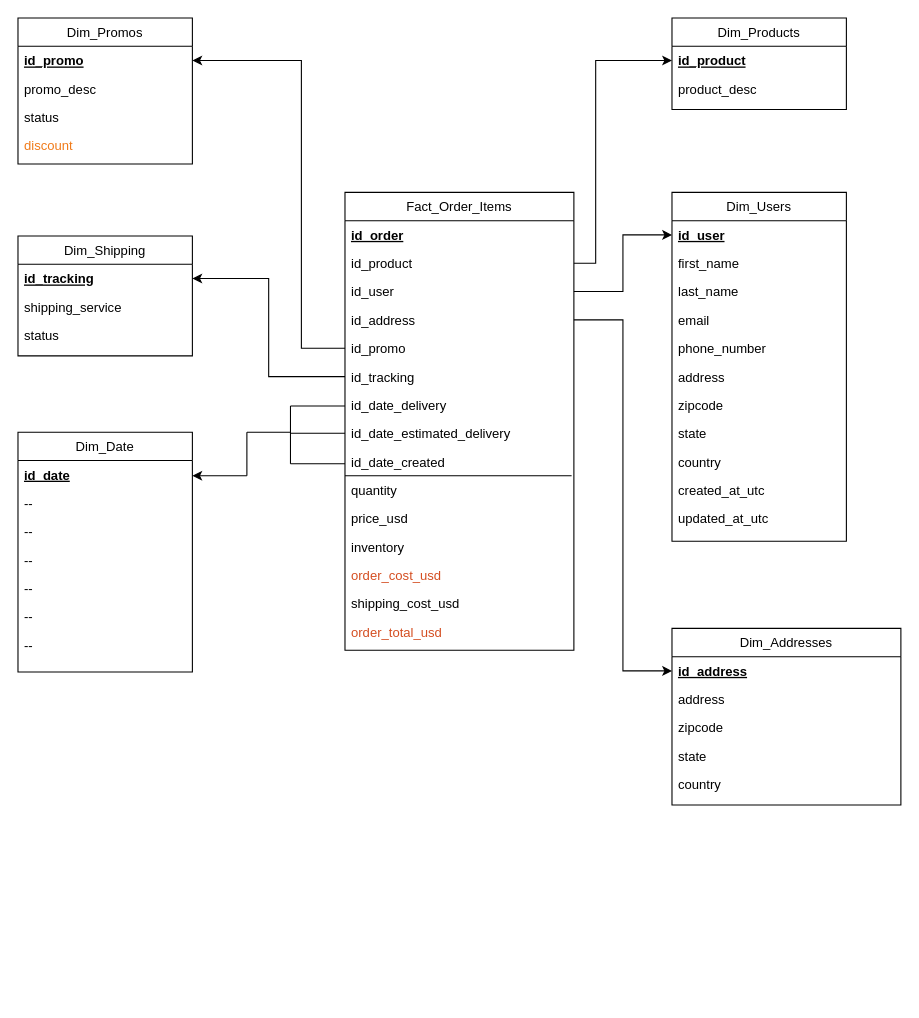
Earlier version of the draw.io diagram Diagrama sin título.drawio (julia030798/curso_data_engineering). Source tidied: cells renumbered, new cells numbered last; positions are measured from the earlier drawing's top-left corner, leaving out a move shared by most shapes. Both pictures are drawn from the tidied source at 109%, with x=0, y=0 at pixel (17, 17).
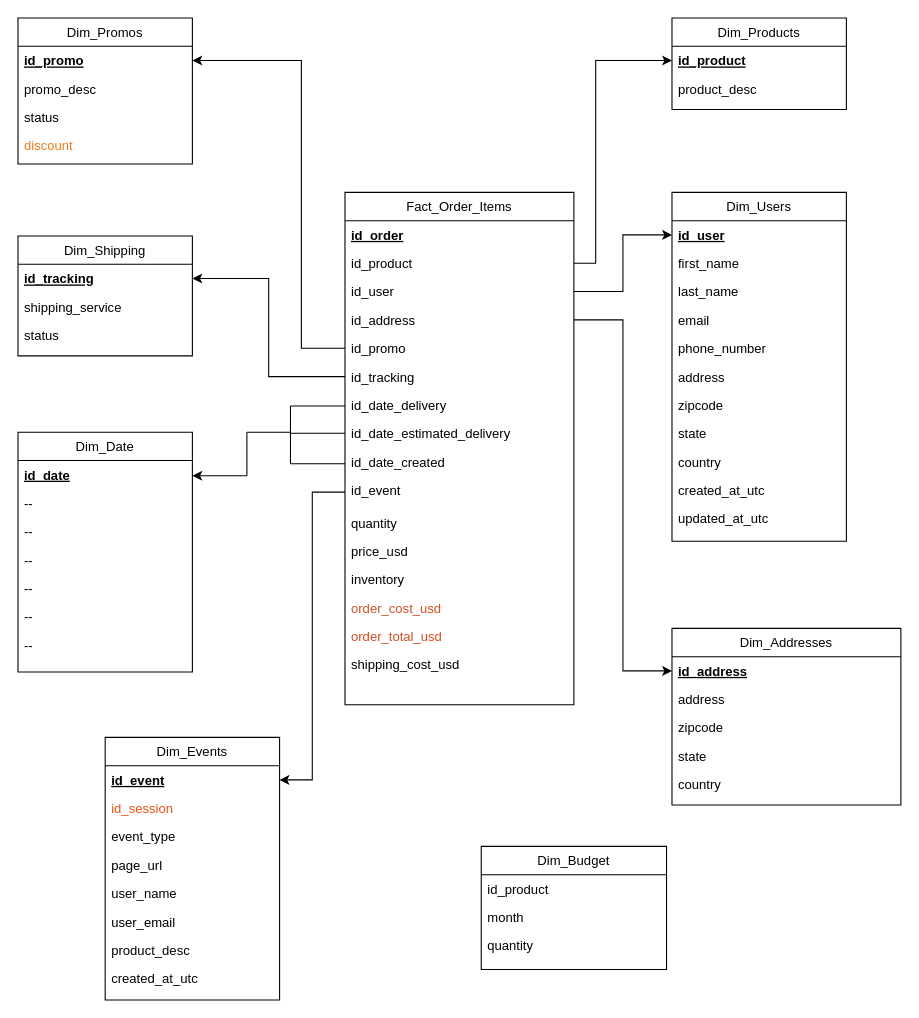
Above is the later version.

Diff of the diagram source:
```diff
@@
     <mxCell id="40" style="group;" parent="1" vertex="1">
-      <mxGeometry x="250" y="160" width="260" height="420" as="geometry" />
+      <mxGeometry x="250" y="160" width="260" height="470" as="geometry" />
     </mxCell>
     <mxCell id="41" value="Fact_Order_Items" style="swimlane;fontStyle=0;align=center;verticalAlign=top;horizontal=1;startSize=26;rounded=0;shadow=0;strokeWidth=1;" parent="40" vertex="1">
-      <mxGeometry x="50" width="210" height="420" as="geometry" />
+      <mxGeometry x="50" width="210" height="470" as="geometry" />
     </mxCell>
@@
-    <mxCell id="50" style="endArrow=none;html=1;rounded=0;entryX=0.99;entryY=0;entryDx=0;entryDy=0;entryPerimeter=0;" parent="41" edge="1" target="52">
-      <mxGeometry relative="1" as="geometry">
-        <mxPoint y="260" as="sourcePoint" />
-      </mxGeometry>
-    </mxCell>
@@
+    <mxCell id="70" value="id_event" style="text;align=left;verticalAlign=top;spacingLeft=4;spacingRight=4;overflow=hidden;points=[[0,0.5],[1,0.5]];portConstraint=eastwest;strokeColor=none;" parent="41" vertex="1">
+      <mxGeometry y="260" width="210" height="30" as="geometry" />
+    </mxCell>
     <mxCell id="52" value="quantity" style="text;align=left;verticalAlign=top;spacingLeft=4;spacingRight=4;overflow=hidden;points=[[0,0.5],[1,0.5]];portConstraint=eastwest;strokeColor=none;" parent="41" vertex="1">
-      <mxGeometry y="260" width="210" height="26" as="geometry" />
+      <mxGeometry y="290" width="210" height="26" as="geometry" />
     </mxCell>
     <mxCell id="53" value="price_usd" style="text;align=left;verticalAlign=top;spacingLeft=4;spacingRight=4;overflow=hidden;" parent="41" vertex="1">
-      <mxGeometry y="286" width="210" height="26" as="geometry" />
+      <mxGeometry y="316" width="210" height="26" as="geometry" />
     </mxCell>
     <mxCell id="54" value="inventory" style="text;align=left;verticalAlign=top;spacingLeft=4;spacingRight=4;overflow=hidden;" parent="41" vertex="1">
-      <mxGeometry y="312" width="210" height="26" as="geometry" />
+      <mxGeometry y="342" width="210" height="26" as="geometry" />
     </mxCell>
     <mxCell id="55" value="order_cost_usd" style="text;align=left;verticalAlign=top;spacingLeft=4;spacingRight=4;overflow=hidden;fontColor=#d44e21;" parent="41" vertex="1">
-      <mxGeometry y="338" width="210" height="26" as="geometry" />
+      <mxGeometry y="368" width="210" height="26" as="geometry" />
     </mxCell>
+    <mxCell id="57" value="order_total_usd" style="text;align=left;verticalAlign=top;spacingLeft=4;spacingRight=4;overflow=hidden;fontColor=#d44e21;" parent="41" vertex="1">
+      <mxGeometry y="394" width="210" height="26" as="geometry" />
+    </mxCell>
     <mxCell id="56" value="shipping_cost_usd" style="text;align=left;verticalAlign=top;spacingLeft=4;spacingRight=4;overflow=hidden;" parent="41" vertex="1">
-      <mxGeometry y="364" width="210" height="26" as="geometry" />
+      <mxGeometry y="420" width="210" height="26" as="geometry" />
     </mxCell>
-    <mxCell id="57" value="order_total_usd" style="text;align=left;verticalAlign=top;spacingLeft=4;spacingRight=4;overflow=hidden;fontColor=#d44e21;" parent="41" vertex="1">
-      <mxGeometry y="390" width="210" height="26" as="geometry" />
-    </mxCell>
@@
+    <mxCell id="71" value="Dim_Events" style="swimlane;fontStyle=0;align=center;verticalAlign=top;horizontal=1;startSize=26;rounded=0;shadow=0;strokeWidth=1;" parent="1" vertex="1">
+      <mxGeometry x="80" y="660" width="160" height="241" as="geometry" />
+    </mxCell>
+    <mxCell id="72" value="id_event" style="text;align=left;verticalAlign=top;spacingLeft=4;spacingRight=4;overflow=hidden;points=[[0,0.5],[1,0.5]];portConstraint=eastwest;fontStyle=5;" parent="71" vertex="1">
+      <mxGeometry y="26" width="160" height="26" as="geometry" />
+    </mxCell>
+    <mxCell id="73" value="id_session" style="text;align=left;verticalAlign=top;spacingLeft=4;spacingRight=4;overflow=hidden;rounded=0;shadow=0;html=0;fontColor=#eb510f;" parent="71" vertex="1">
+      <mxGeometry y="52" width="160" height="26" as="geometry" />
+    </mxCell>
+    <mxCell id="74" value="event_type" style="text;align=left;verticalAlign=top;spacingLeft=4;spacingRight=4;overflow=hidden;rounded=0;shadow=0;html=0;" parent="71" vertex="1">
+      <mxGeometry y="78" width="160" height="26" as="geometry" />
+    </mxCell>
+    <mxCell id="75" value="page_url" style="text;align=left;verticalAlign=top;spacingLeft=4;spacingRight=4;overflow=hidden;" parent="71" vertex="1">
+      <mxGeometry y="104" width="160" height="26" as="geometry" />
+    </mxCell>
+    <mxCell id="76" value="user_name" style="text;align=left;verticalAlign=top;spacingLeft=4;spacingRight=4;overflow=hidden;" parent="71" vertex="1">
+      <mxGeometry y="130" width="160" height="26" as="geometry" />
+    </mxCell>
+    <mxCell id="77" value="user_email" style="text;align=left;verticalAlign=top;spacingLeft=4;spacingRight=4;overflow=hidden;" parent="71" vertex="1">
+      <mxGeometry y="156" width="160" height="26" as="geometry" />
+    </mxCell>
+    <mxCell id="78" value="product_desc" style="text;align=left;verticalAlign=top;spacingLeft=4;spacingRight=4;overflow=hidden;rounded=0;shadow=0;html=0;" parent="71" vertex="1">
+      <mxGeometry y="182" width="160" height="26" as="geometry" />
+    </mxCell>
+    <mxCell id="79" value="created_at_utc" style="text;align=left;verticalAlign=top;spacingLeft=4;spacingRight=4;overflow=hidden;rounded=0;shadow=0;html=0;" parent="71" vertex="1">
+      <mxGeometry y="208" width="160" height="26" as="geometry" />
+    </mxCell>
+    <mxCell id="80" style="edgeStyle=orthogonalEdgeStyle;rounded=0;jettySize=auto;html=1;exitX=0;exitY=0.5;exitDx=0;exitDy=0;" parent="1" edge="1" source="70" target="72">
+      <mxGeometry relative="1" as="geometry" />
+    </mxCell>
+    <mxCell id="81" value="Dim_Budget" style="swimlane;fontStyle=0;align=center;verticalAlign=top;horizontal=1;startSize=26;rounded=0;shadow=0;strokeWidth=1;" parent="1" vertex="1">
+      <mxGeometry x="425" y="760" width="170" height="113" as="geometry" />
+    </mxCell>
+    <mxCell id="82" value="id_product" style="text;align=left;verticalAlign=top;spacingLeft=4;spacingRight=4;overflow=hidden;fontStyle=0;" parent="81" vertex="1">
+      <mxGeometry y="26" width="170" height="26" as="geometry" />
+    </mxCell>
+    <mxCell id="83" value="month" style="text;align=left;verticalAlign=top;spacingLeft=4;spacingRight=4;overflow=hidden;rounded=0;shadow=0;html=0;" parent="81" vertex="1">
+      <mxGeometry y="52" width="170" height="26" as="geometry" />
+    </mxCell>
+    <mxCell id="84" value="quantity" style="text;align=left;verticalAlign=top;spacingLeft=4;spacingRight=4;overflow=hidden;rounded=0;shadow=0;html=0;" parent="81" vertex="1">
+      <mxGeometry y="78" width="170" height="26" as="geometry" />
+    </mxCell>
```
